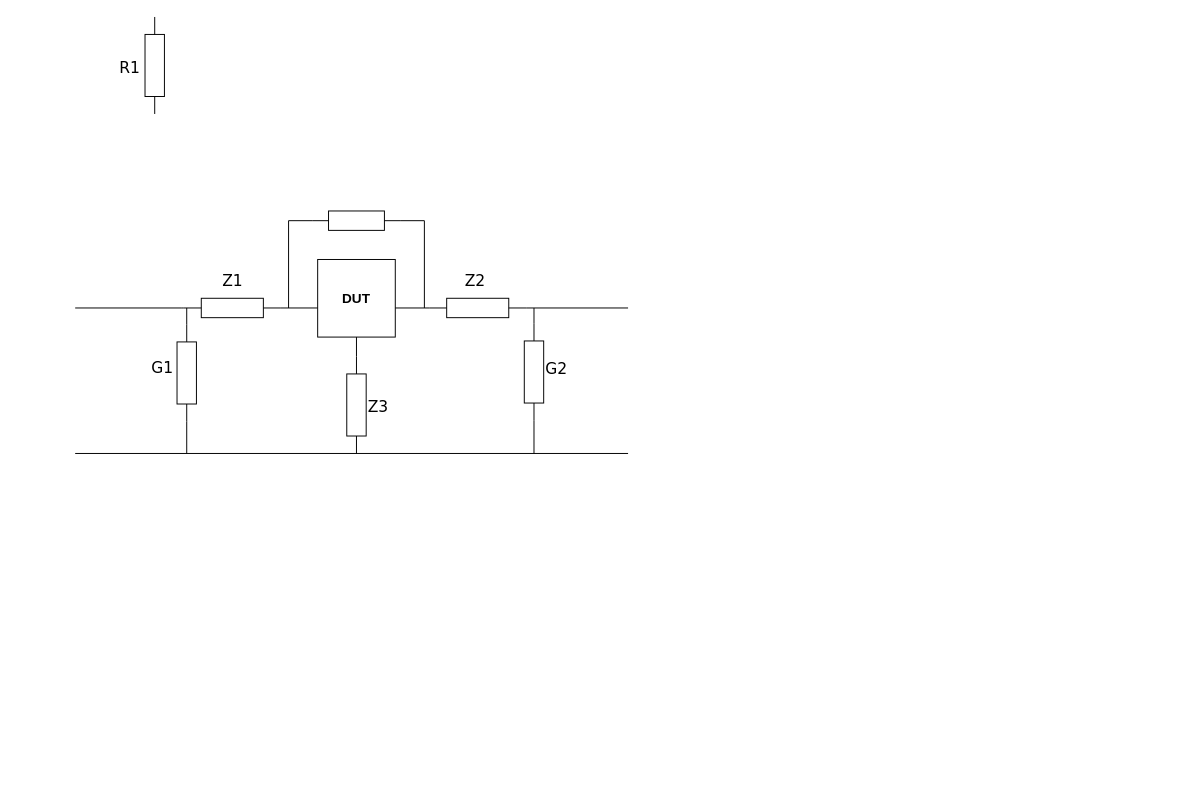
Before: Untitled Diagram.drawio in yiw5052/hello-world, a draw.io diagram. Source tidied: cells renumbered, new cells numbered last; positions are measured from the earlier drawing's top-left corner, leaving out a move shared by most shapes. Both pictures are drawn from the tidied source at 97%, with x=0, y=0 at pixel (75, 55).
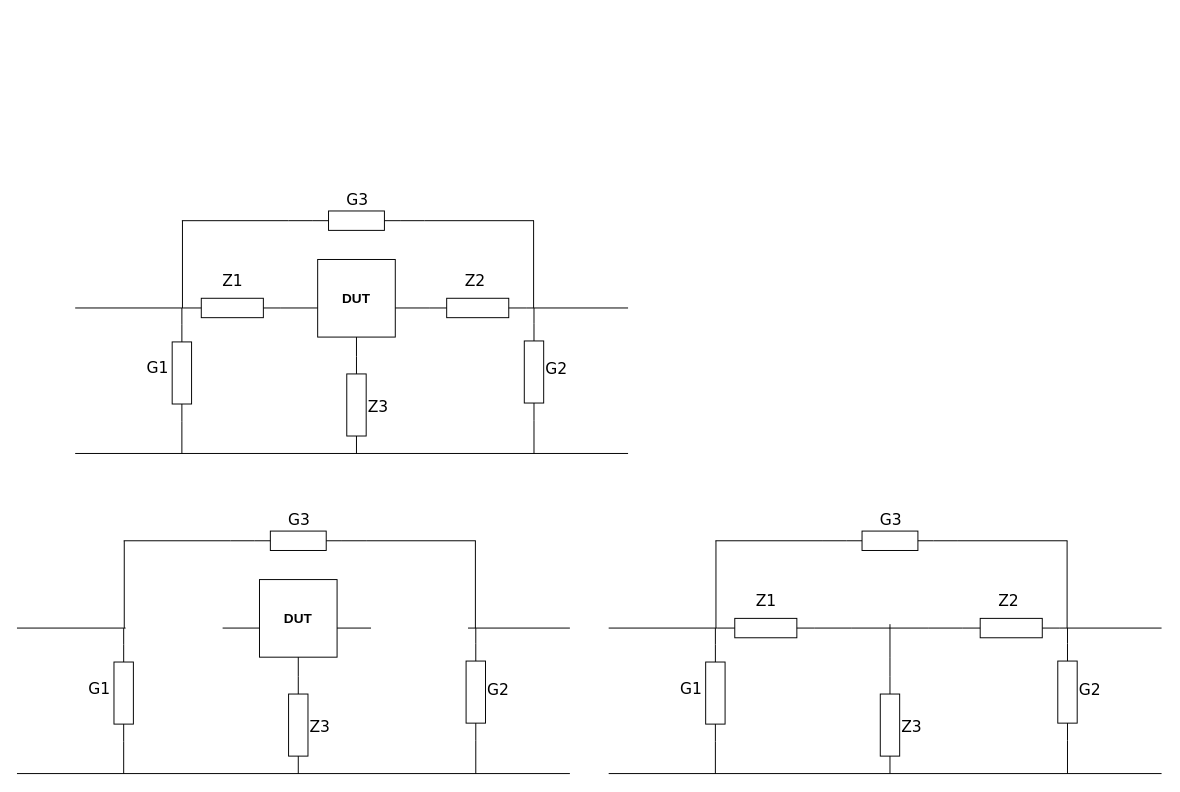
The same page after the edit.

Commit message:
OPEN-SHORT Diagram.drawio

Change to the diagram source:
```diff
@@
-    <mxCell id="2" style="verticalLabelPosition=bottom;shadow=0;dashed=0;align=center;html=1;verticalAlign=top;strokeWidth=1;shape=mxgraph.electrical.resistors.resistor_1;rounded=1;comic=0;labelBackgroundColor=none;fontFamily=Verdana;fontSize=12;rotation=-90;" parent="1" vertex="1">
-      <mxGeometry x="32" width="100" height="20" as="geometry" />
-    </mxCell>
@@
     <mxCell id="4" style="verticalLabelPosition=bottom;shadow=0;dashed=0;align=center;html=1;verticalAlign=top;strokeWidth=1;shape=mxgraph.electrical.resistors.resistor_1;rounded=1;comic=0;labelBackgroundColor=none;fontFamily=Verdana;fontSize=12;rotation=-90;" parent="1" vertex="1">
-      <mxGeometry x="65" y="317" width="100" height="20" as="geometry" />
+      <mxGeometry x="60" y="317" width="100" height="20" as="geometry" />
     </mxCell>
@@
-    <mxCell id="7" value="R1" style="text;html=1;align=left;verticalAlign=top;spacingTop=-4;fontSize=16;fontFamily=Verdana;" parent="1" vertex="1">
-      <mxGeometry x="44" width="40" height="20" as="geometry" />
-    </mxCell>
     <mxCell id="8" value="G1" style="text;html=1;align=left;verticalAlign=top;spacingTop=-4;fontSize=16;fontFamily=Verdana;" parent="1" vertex="1">
-      <mxGeometry x="77" y="310" width="40" height="20" as="geometry" />
+      <mxGeometry x="72" y="310" width="40" height="20" as="geometry" />
     </mxCell>
@@
     <mxCell id="12" style="endArrow=none;html=1;entryX=0;entryY=0.5;entryDx=0;entryDy=0;entryPerimeter=0;" parent="1" edge="1" target="4">
       <mxGeometry relative="1" as="geometry">
-        <mxPoint x="115" y="410" as="sourcePoint" />
+        <mxPoint x="110" y="410" as="sourcePoint" />
       </mxGeometry>
     </mxCell>
@@
     <mxCell id="15" style="endArrow=none;html=1;exitX=1;exitY=0.5;exitDx=0;exitDy=0;exitPerimeter=0;" parent="1" edge="1" source="4">
       <mxGeometry relative="1" as="geometry">
-        <mxPoint x="115" y="260" as="targetPoint" />
+        <mxPoint x="110" y="260" as="targetPoint" />
       </mxGeometry>
     </mxCell>
@@
-    <mxCell id="23" style="endArrow=none;html=1;" parent="1" edge="1">
-      <mxGeometry relative="1" as="geometry">
-        <mxPoint x="220" y="260" as="sourcePoint" />
-        <mxPoint x="220" y="170" as="targetPoint" />
-      </mxGeometry>
-    </mxCell>
     <mxCell id="24" style="endArrow=none;html=1;" parent="1" edge="1">
       <mxGeometry relative="1" as="geometry">
-        <mxPoint x="360" y="260" as="sourcePoint" />
-        <mxPoint x="360" y="170" as="targetPoint" />
+        <mxPoint x="472.6" y="260" as="sourcePoint" />
+        <mxPoint x="472.6" y="170" as="targetPoint" />
       </mxGeometry>
     </mxCell>
@@
+    <mxCell id="31" value="G3" style="text;html=1;align=left;verticalAlign=top;spacingTop=-4;fontSize=16;fontFamily=Verdana;" parent="1" vertex="1">
+      <mxGeometry x="278" y="136" width="40" height="20" as="geometry" />
+    </mxCell>
+    <mxCell id="32" style="endArrow=none;html=1;" parent="1" edge="1">
+      <mxGeometry relative="1" as="geometry">
+        <mxPoint x="110.6" y="260" as="sourcePoint" />
+        <mxPoint x="110.6" y="170" as="targetPoint" />
+      </mxGeometry>
+    </mxCell>
+    <mxCell id="33" style="endArrow=none;html=1;" parent="1" edge="1">
+      <mxGeometry relative="1" as="geometry">
+        <mxPoint x="360" y="170" as="sourcePoint" />
+        <mxPoint x="473" y="170" as="targetPoint" />
+      </mxGeometry>
+    </mxCell>
+    <mxCell id="34" style="endArrow=none;html=1;" parent="1" edge="1">
+      <mxGeometry relative="1" as="geometry">
+        <mxPoint x="110" y="170" as="sourcePoint" />
+        <mxPoint x="220" y="170" as="targetPoint" />
+      </mxGeometry>
+    </mxCell>
+    <mxCell id="35" style="verticalLabelPosition=bottom;shadow=0;dashed=0;align=center;html=1;verticalAlign=top;strokeWidth=1;shape=mxgraph.electrical.resistors.resistor_1;rounded=1;comic=0;labelBackgroundColor=none;fontFamily=Verdana;fontSize=12;rotation=-90;" parent="1" vertex="1">
+      <mxGeometry x="180" y="680" width="100" height="20" as="geometry" />
+    </mxCell>
+    <mxCell id="36" style="verticalLabelPosition=bottom;shadow=0;dashed=0;align=center;html=1;verticalAlign=top;strokeWidth=1;shape=mxgraph.electrical.resistors.resistor_1;rounded=1;comic=0;labelBackgroundColor=none;fontFamily=Verdana;fontSize=12;rotation=-90;" parent="1" vertex="1">
+      <mxGeometry y="647" width="100" height="20" as="geometry" />
+    </mxCell>
+    <mxCell id="37" style="verticalLabelPosition=bottom;shadow=0;dashed=0;align=center;html=1;verticalAlign=top;strokeWidth=1;shape=mxgraph.electrical.resistors.resistor_1;rounded=1;comic=0;labelBackgroundColor=none;fontFamily=Verdana;fontSize=12;rotation=-90;" parent="1" vertex="1">
+      <mxGeometry x="363" y="646" width="100" height="20" as="geometry" />
+    </mxCell>
+    <mxCell id="38" value="G1" style="text;html=1;align=left;verticalAlign=top;spacingTop=-4;fontSize=16;fontFamily=Verdana;" parent="1" vertex="1">
+      <mxGeometry x="12" y="640" width="40" height="20" as="geometry" />
+    </mxCell>
+    <mxCell id="39" value="Z3" style="text;html=1;align=left;verticalAlign=top;spacingTop=-4;fontSize=16;fontFamily=Verdana;" parent="1" vertex="1">
+      <mxGeometry x="240" y="680" width="40" height="20" as="geometry" />
+    </mxCell>
+    <mxCell id="40" value="G2" style="text;html=1;align=left;verticalAlign=top;spacingTop=-4;fontSize=16;fontFamily=Verdana;" parent="1" vertex="1">
+      <mxGeometry x="423" y="641" width="40" height="20" as="geometry" />
+    </mxCell>
+    <mxCell id="41" value="&lt;b&gt;&lt;font style=&quot;font-size: 14px&quot;&gt;DUT&lt;/font&gt;&lt;/b&gt;" style="whiteSpace=wrap;html=1;" parent="1" vertex="1">
+      <mxGeometry x="190" y="540" width="80" height="80" as="geometry" />
+    </mxCell>
+    <mxCell id="42" style="endArrow=none;html=1;entryX=0;entryY=0.5;entryDx=0;entryDy=0;entryPerimeter=0;" parent="1" edge="1" target="36">
+      <mxGeometry relative="1" as="geometry">
+        <mxPoint x="50" y="740" as="sourcePoint" />
+      </mxGeometry>
+    </mxCell>
+    <mxCell id="43" style="endArrow=none;html=1;entryX=0.5;entryY=1;entryDx=0;entryDy=0;" parent="1" edge="1" target="41">
+      <mxGeometry relative="1" as="geometry">
+        <mxPoint x="230" y="640" as="sourcePoint" />
+      </mxGeometry>
+    </mxCell>
+    <mxCell id="44" style="endArrow=none;html=1;exitX=1;exitY=0.5;exitDx=0;exitDy=0;exitPerimeter=0;" parent="1" edge="1" source="36">
+      <mxGeometry relative="1" as="geometry">
+        <mxPoint x="50" y="590" as="targetPoint" />
+      </mxGeometry>
+    </mxCell>
+    <mxCell id="45" style="endArrow=none;html=1;entryX=0;entryY=0.5;entryDx=0;entryDy=0;entryPerimeter=0;" parent="1" edge="1">
+      <mxGeometry relative="1" as="geometry">
+        <mxPoint x="50" y="590" as="sourcePoint" />
+        <mxPoint x="52" y="590" as="targetPoint" />
+      </mxGeometry>
+    </mxCell>
+    <mxCell id="46" style="endArrow=none;html=1;" parent="1" edge="1">
+      <mxGeometry relative="1" as="geometry">
+        <mxPoint x="-60" y="590" as="sourcePoint" />
+        <mxPoint x="50" y="590" as="targetPoint" />
+      </mxGeometry>
+    </mxCell>
+    <mxCell id="47" style="endArrow=none;html=1;exitX=1;exitY=0.5;exitDx=0;exitDy=0;exitPerimeter=0;" parent="1" edge="1">
+      <mxGeometry relative="1" as="geometry">
+        <mxPoint x="405" y="590" as="sourcePoint" />
+        <mxPoint x="510" y="590" as="targetPoint" />
+      </mxGeometry>
+    </mxCell>
+    <mxCell id="48" style="endArrow=none;html=1;exitX=1;exitY=0.5;exitDx=0;exitDy=0;exitPerimeter=0;" parent="1" edge="1" source="37">
+      <mxGeometry relative="1" as="geometry">
+        <mxPoint x="413" y="590" as="targetPoint" />
+      </mxGeometry>
+    </mxCell>
+    <mxCell id="49" style="endArrow=none;html=1;entryX=1;entryY=0.5;entryDx=0;entryDy=0;entryPerimeter=0;" parent="1" edge="1">
+      <mxGeometry relative="1" as="geometry">
+        <mxPoint x="190" y="590" as="sourcePoint" />
+        <mxPoint x="152" y="590" as="targetPoint" />
+      </mxGeometry>
+    </mxCell>
+    <mxCell id="50" style="endArrow=none;html=1;" parent="1" edge="1">
+      <mxGeometry relative="1" as="geometry">
+        <mxPoint x="270" y="590" as="sourcePoint" />
+        <mxPoint x="305" y="590" as="targetPoint" />
+      </mxGeometry>
+    </mxCell>
+    <mxCell id="51" style="verticalLabelPosition=bottom;shadow=0;dashed=0;align=center;fillColor=#ffffff;html=1;verticalAlign=top;strokeWidth=1;shape=mxgraph.electrical.resistors.resistor_1;rounded=1;comic=0;labelBackgroundColor=none;fontFamily=Verdana;fontSize=12;fontColor=#000000;rotation=0;" parent="1" vertex="1">
+      <mxGeometry x="185" y="490" width="90" height="20" as="geometry" />
+    </mxCell>
+    <mxCell id="52" style="endArrow=none;html=1;" parent="1" edge="1">
+      <mxGeometry relative="1" as="geometry">
+        <mxPoint x="412.6" y="590" as="sourcePoint" />
+        <mxPoint x="412.6" y="500" as="targetPoint" />
+      </mxGeometry>
+    </mxCell>
+    <mxCell id="53" style="endArrow=none;html=1;" parent="1" edge="1">
+      <mxGeometry relative="1" as="geometry">
+        <mxPoint x="160" y="500" as="sourcePoint" />
+        <mxPoint x="185" y="500" as="targetPoint" />
+      </mxGeometry>
+    </mxCell>
+    <mxCell id="54" style="endArrow=none;html=1;" parent="1" edge="1">
+      <mxGeometry relative="1" as="geometry">
+        <mxPoint x="275" y="500" as="sourcePoint" />
+        <mxPoint x="300" y="500" as="targetPoint" />
+      </mxGeometry>
+    </mxCell>
+    <mxCell id="55" style="endArrow=none;html=1;" parent="1" edge="1">
+      <mxGeometry relative="1" as="geometry">
+        <mxPoint x="-60" y="740" as="sourcePoint" />
+        <mxPoint x="510" y="740" as="targetPoint" />
+      </mxGeometry>
+    </mxCell>
+    <mxCell id="56" style="endArrow=none;html=1;entryX=0;entryY=0.5;entryDx=0;entryDy=0;entryPerimeter=0;" parent="1" edge="1" target="37">
+      <mxGeometry relative="1" as="geometry">
+        <mxPoint x="413" y="740" as="sourcePoint" />
+      </mxGeometry>
+    </mxCell>
+    <mxCell id="57" value="G3" style="text;html=1;align=left;verticalAlign=top;spacingTop=-4;fontSize=16;fontFamily=Verdana;" parent="1" vertex="1">
+      <mxGeometry x="218" y="466" width="40" height="20" as="geometry" />
+    </mxCell>
+    <mxCell id="58" style="endArrow=none;html=1;" parent="1" edge="1">
+      <mxGeometry relative="1" as="geometry">
+        <mxPoint x="50.6" y="590" as="sourcePoint" />
+        <mxPoint x="50.6" y="500" as="targetPoint" />
+      </mxGeometry>
+    </mxCell>
+    <mxCell id="59" style="endArrow=none;html=1;" parent="1" edge="1">
+      <mxGeometry relative="1" as="geometry">
+        <mxPoint x="300" y="500" as="sourcePoint" />
+        <mxPoint x="413" y="500" as="targetPoint" />
+      </mxGeometry>
+    </mxCell>
+    <mxCell id="60" style="endArrow=none;html=1;" parent="1" edge="1">
+      <mxGeometry relative="1" as="geometry">
+        <mxPoint x="50" y="500" as="sourcePoint" />
+        <mxPoint x="160" y="500" as="targetPoint" />
+      </mxGeometry>
+    </mxCell>
+    <mxCell id="61" style="verticalLabelPosition=bottom;shadow=0;dashed=0;align=center;html=1;verticalAlign=top;strokeWidth=1;shape=mxgraph.electrical.resistors.resistor_1;rounded=1;comic=0;labelBackgroundColor=none;fontFamily=Verdana;fontSize=12;rotation=-90;" parent="1" vertex="1">
+      <mxGeometry x="790" y="680" width="100" height="20" as="geometry" />
+    </mxCell>
+    <mxCell id="62" style="verticalLabelPosition=bottom;shadow=0;dashed=0;align=center;html=1;verticalAlign=top;strokeWidth=1;shape=mxgraph.electrical.resistors.resistor_1;rounded=1;comic=0;labelBackgroundColor=none;fontFamily=Verdana;fontSize=12;rotation=-90;" parent="1" vertex="1">
+      <mxGeometry x="610" y="647" width="100" height="20" as="geometry" />
+    </mxCell>
+    <mxCell id="63" style="verticalLabelPosition=bottom;shadow=0;dashed=0;align=center;html=1;verticalAlign=top;strokeWidth=1;shape=mxgraph.electrical.resistors.resistor_1;rounded=1;comic=0;labelBackgroundColor=none;fontFamily=Verdana;fontSize=12;rotation=-90;" parent="1" vertex="1">
+      <mxGeometry x="973" y="646" width="100" height="20" as="geometry" />
+    </mxCell>
+    <mxCell id="64" style="verticalLabelPosition=bottom;shadow=0;dashed=0;align=center;fillColor=#ffffff;html=1;verticalAlign=top;strokeWidth=1;shape=mxgraph.electrical.resistors.resistor_1;rounded=1;comic=0;labelBackgroundColor=none;fontFamily=Verdana;fontSize=12;fontColor=#000000;rotation=0;" parent="1" vertex="1">
+      <mxGeometry x="915" y="580" width="100" height="20" as="geometry" />
+    </mxCell>
+    <mxCell id="65" value="G1" style="text;html=1;align=left;verticalAlign=top;spacingTop=-4;fontSize=16;fontFamily=Verdana;" parent="1" vertex="1">
+      <mxGeometry x="622" y="640" width="40" height="20" as="geometry" />
+    </mxCell>
+    <mxCell id="66" value="Z3" style="text;html=1;align=left;verticalAlign=top;spacingTop=-4;fontSize=16;fontFamily=Verdana;" parent="1" vertex="1">
+      <mxGeometry x="850" y="680" width="40" height="20" as="geometry" />
+    </mxCell>
+    <mxCell id="67" value="G2" style="text;html=1;align=left;verticalAlign=top;spacingTop=-4;fontSize=16;fontFamily=Verdana;" parent="1" vertex="1">
+      <mxGeometry x="1033" y="641" width="40" height="20" as="geometry" />
+    </mxCell>
+    <mxCell id="68" style="endArrow=none;html=1;entryX=0;entryY=0.5;entryDx=0;entryDy=0;entryPerimeter=0;" parent="1" edge="1" target="62">
+      <mxGeometry relative="1" as="geometry">
+        <mxPoint x="660" y="740" as="sourcePoint" />
+      </mxGeometry>
+    </mxCell>
+    <mxCell id="69" style="endArrow=none;html=1;entryX=0.5;entryY=1;entryDx=0;entryDy=0;" parent="1" edge="1">
+      <mxGeometry relative="1" as="geometry">
+        <mxPoint x="840" y="640" as="sourcePoint" />
+        <mxPoint x="840" y="620" as="targetPoint" />
+      </mxGeometry>
+    </mxCell>
+    <mxCell id="70" style="verticalLabelPosition=bottom;shadow=0;dashed=0;align=center;fillColor=#ffffff;html=1;verticalAlign=top;strokeWidth=1;shape=mxgraph.electrical.resistors.resistor_1;rounded=1;comic=0;labelBackgroundColor=none;fontFamily=Verdana;fontSize=12;fontColor=#000000;rotation=0;" parent="1" vertex="1">
+      <mxGeometry x="662" y="580" width="100" height="20" as="geometry" />
+    </mxCell>
+    <mxCell id="71" style="endArrow=none;html=1;exitX=1;exitY=0.5;exitDx=0;exitDy=0;exitPerimeter=0;" parent="1" edge="1" source="62">
+      <mxGeometry relative="1" as="geometry">
+        <mxPoint x="660" y="590" as="targetPoint" />
+      </mxGeometry>
+    </mxCell>
+    <mxCell id="72" style="endArrow=none;html=1;entryX=0;entryY=0.5;entryDx=0;entryDy=0;entryPerimeter=0;" parent="1" edge="1" target="70">
+      <mxGeometry relative="1" as="geometry">
+        <mxPoint x="660" y="590" as="sourcePoint" />
+      </mxGeometry>
+    </mxCell>
+    <mxCell id="73" style="endArrow=none;html=1;" parent="1" edge="1">
+      <mxGeometry relative="1" as="geometry">
+        <mxPoint x="550" y="590" as="sourcePoint" />
+        <mxPoint x="660" y="590" as="targetPoint" />
+      </mxGeometry>
+    </mxCell>
+    <mxCell id="74" style="endArrow=none;html=1;exitX=1;exitY=0.5;exitDx=0;exitDy=0;exitPerimeter=0;" parent="1" edge="1" source="64">
+      <mxGeometry relative="1" as="geometry">
+        <mxPoint x="1120" y="590" as="targetPoint" />
+      </mxGeometry>
+    </mxCell>
+    <mxCell id="75" style="endArrow=none;html=1;exitX=1;exitY=0.5;exitDx=0;exitDy=0;exitPerimeter=0;" parent="1" edge="1" source="63">
+      <mxGeometry relative="1" as="geometry">
+        <mxPoint x="1023" y="590" as="targetPoint" />
+      </mxGeometry>
+    </mxCell>
+    <mxCell id="76" style="endArrow=none;html=1;entryX=1;entryY=0.5;entryDx=0;entryDy=0;entryPerimeter=0;" parent="1" edge="1" target="70">
+      <mxGeometry relative="1" as="geometry">
+        <mxPoint x="800" y="590" as="sourcePoint" />
+      </mxGeometry>
+    </mxCell>
+    <mxCell id="77" style="endArrow=none;html=1;" parent="1" edge="1">
+      <mxGeometry relative="1" as="geometry">
+        <mxPoint x="880" y="590" as="sourcePoint" />
+        <mxPoint x="915" y="590" as="targetPoint" />
+      </mxGeometry>
+    </mxCell>
+    <mxCell id="78" style="verticalLabelPosition=bottom;shadow=0;dashed=0;align=center;fillColor=#ffffff;html=1;verticalAlign=top;strokeWidth=1;shape=mxgraph.electrical.resistors.resistor_1;rounded=1;comic=0;labelBackgroundColor=none;fontFamily=Verdana;fontSize=12;fontColor=#000000;rotation=0;" parent="1" vertex="1">
+      <mxGeometry x="795" y="490" width="90" height="20" as="geometry" />
+    </mxCell>
+    <mxCell id="79" style="endArrow=none;html=1;" parent="1" edge="1">
+      <mxGeometry relative="1" as="geometry">
+        <mxPoint x="1022.6" y="590" as="sourcePoint" />
+        <mxPoint x="1022.6" y="500" as="targetPoint" />
+      </mxGeometry>
+    </mxCell>
+    <mxCell id="80" style="endArrow=none;html=1;" parent="1" edge="1">
+      <mxGeometry relative="1" as="geometry">
+        <mxPoint x="770" y="500" as="sourcePoint" />
+        <mxPoint x="795" y="500" as="targetPoint" />
+      </mxGeometry>
+    </mxCell>
+    <mxCell id="81" style="endArrow=none;html=1;" parent="1" edge="1">
+      <mxGeometry relative="1" as="geometry">
+        <mxPoint x="885" y="500" as="sourcePoint" />
+        <mxPoint x="910" y="500" as="targetPoint" />
+      </mxGeometry>
+    </mxCell>
+    <mxCell id="82" style="endArrow=none;html=1;" parent="1" edge="1">
+      <mxGeometry relative="1" as="geometry">
+        <mxPoint x="550" y="740" as="sourcePoint" />
+        <mxPoint x="1120" y="740" as="targetPoint" />
+      </mxGeometry>
+    </mxCell>
+    <mxCell id="83" style="endArrow=none;html=1;entryX=0;entryY=0.5;entryDx=0;entryDy=0;entryPerimeter=0;" parent="1" edge="1" target="63">
+      <mxGeometry relative="1" as="geometry">
+        <mxPoint x="1023" y="740" as="sourcePoint" />
+      </mxGeometry>
+    </mxCell>
+    <mxCell id="84" value="Z1" style="text;html=1;align=left;verticalAlign=top;spacingTop=-4;fontSize=16;fontFamily=Verdana;" parent="1" vertex="1">
+      <mxGeometry x="700" y="550" width="40" height="20" as="geometry" />
+    </mxCell>
+    <mxCell id="85" value="Z2" style="text;html=1;align=left;verticalAlign=top;spacingTop=-4;fontSize=16;fontFamily=Verdana;" parent="1" vertex="1">
+      <mxGeometry x="950" y="550" width="40" height="20" as="geometry" />
+    </mxCell>
+    <mxCell id="86" value="G3" style="text;html=1;align=left;verticalAlign=top;spacingTop=-4;fontSize=16;fontFamily=Verdana;" parent="1" vertex="1">
+      <mxGeometry x="828" y="466" width="40" height="20" as="geometry" />
+    </mxCell>
+    <mxCell id="87" style="endArrow=none;html=1;" parent="1" edge="1">
+      <mxGeometry relative="1" as="geometry">
+        <mxPoint x="660.6" y="590" as="sourcePoint" />
+        <mxPoint x="660.6" y="500" as="targetPoint" />
+      </mxGeometry>
+    </mxCell>
+    <mxCell id="88" style="endArrow=none;html=1;" parent="1" edge="1">
+      <mxGeometry relative="1" as="geometry">
+        <mxPoint x="910" y="500" as="sourcePoint" />
+        <mxPoint x="1023" y="500" as="targetPoint" />
+      </mxGeometry>
+    </mxCell>
+    <mxCell id="89" style="endArrow=none;html=1;" parent="1" edge="1">
+      <mxGeometry relative="1" as="geometry">
+        <mxPoint x="660" y="500" as="sourcePoint" />
+        <mxPoint x="770" y="500" as="targetPoint" />
+      </mxGeometry>
+    </mxCell>
+    <mxCell id="90" style="endArrow=none;html=1;" parent="1" edge="1">
+      <mxGeometry relative="1" as="geometry">
+        <mxPoint x="800" y="590" as="sourcePoint" />
+        <mxPoint x="880" y="590" as="targetPoint" />
+      </mxGeometry>
+    </mxCell>
+    <mxCell id="91" style="endArrow=none;html=1;" parent="1" edge="1">
+      <mxGeometry relative="1" as="geometry">
+        <mxPoint x="840" y="620" as="sourcePoint" />
+        <mxPoint x="840" y="586" as="targetPoint" />
+      </mxGeometry>
+    </mxCell>
```
